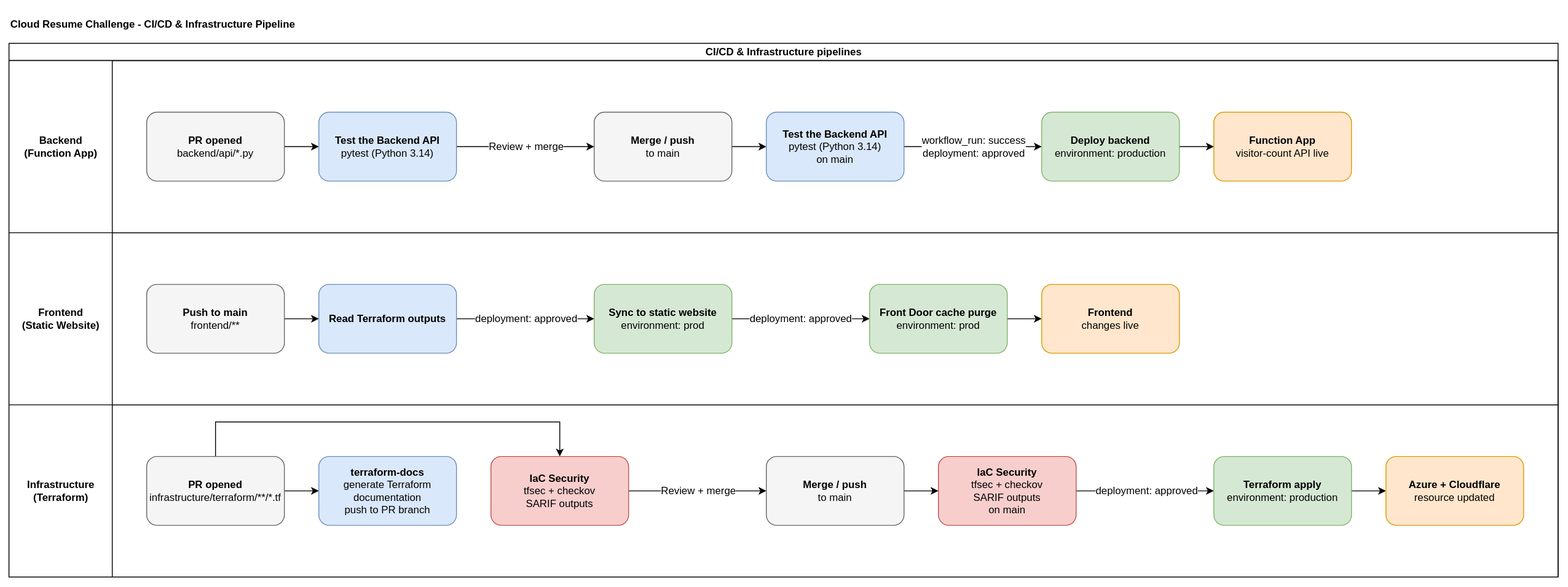
Above: docs/architecture/cicd-pipeline.svg in Smulbero/cloud-resume-challenge (draw.io), before the change. Source tidied: cells renumbered, new cells last; positions are measured from the earlier drawing's top-left corner, leaving out a move shared by most shapes. The source it was exported from:
```xml
<mxGraphModel>
  <root>
    <mxCell id="0" />
    <mxCell id="1" parent="0" />
    <mxCell id="2" value="CI/CD &amp;amp; Infrastructure pipelines" style="swimlane;horizontal=1;startSize=20;html=1;fontSize=12;" parent="1" vertex="1">
      <mxGeometry y="40" width="1800" height="620" as="geometry" />
    </mxCell>
    <mxCell id="3" value="Backend&lt;div&gt;(Function App)&lt;/div&gt;" style="swimlane;startSize=120;horizontal=1;html=1;verticalAlign=middle;direction=north;fontSize=12;" parent="2" vertex="1">
      <mxGeometry y="20" width="1800" height="200" as="geometry" />
    </mxCell>
    <mxCell id="4" style="edgeStyle=orthogonalEdgeStyle;rounded=0;jettySize=auto;html=1;entryX=0;entryY=0.5;entryDx=0;entryDy=0;fontSize=12;" parent="3" edge="1" source="5" target="8">
      <mxGeometry relative="1" as="geometry" />
    </mxCell>
    <mxCell id="5" value="&lt;b&gt;PR opened&lt;/b&gt;&lt;br&gt;backend/api/*.py" style="rounded=1;whiteSpace=wrap;html=1;fontSize=12;fillColor=#f5f5f5;strokeColor=#666666;" parent="3" vertex="1">
      <mxGeometry x="160" y="60" width="160" height="80" as="geometry" />
    </mxCell>
    <mxCell id="6" style="edgeStyle=orthogonalEdgeStyle;rounded=0;jettySize=auto;html=1;entryX=0;entryY=0.5;entryDx=0;entryDy=0;fontSize=12;" parent="3" edge="1" source="8" target="10">
      <mxGeometry relative="1" as="geometry" />
    </mxCell>
    <mxCell id="7" value="Review + merge" style="edgeLabel;html=1;align=center;verticalAlign=middle;fontSize=12;" parent="6" vertex="1">
      <mxGeometry x="0.01" y="-2" relative="1" as="geometry">
        <mxPoint x="-1" y="-2" as="offset" />
      </mxGeometry>
    </mxCell>
    <mxCell id="8" value="&lt;b&gt;Test the Backend API&lt;/b&gt;&lt;br&gt;pytest (Python 3.14)" style="rounded=1;whiteSpace=wrap;html=1;fontSize=12;fillColor=#dae8fc;strokeColor=#6c8ebf;" parent="3" vertex="1">
      <mxGeometry x="360" y="60" width="160" height="80" as="geometry" />
    </mxCell>
    <mxCell id="9" style="edgeStyle=orthogonalEdgeStyle;rounded=0;jettySize=auto;html=1;entryX=0;entryY=0.5;entryDx=0;entryDy=0;fontSize=12;" parent="3" edge="1" source="10" target="13">
      <mxGeometry relative="1" as="geometry" />
    </mxCell>
    <mxCell id="10" value="&lt;b&gt;Merge / push&lt;/b&gt;&lt;br&gt;to main" style="rounded=1;whiteSpace=wrap;html=1;fontSize=12;fillColor=#f5f5f5;strokeColor=#666666;" parent="3" vertex="1">
      <mxGeometry x="680" y="60" width="160" height="80" as="geometry" />
    </mxCell>
    <mxCell id="11" style="edgeStyle=orthogonalEdgeStyle;rounded=0;jettySize=auto;html=1;entryX=0;entryY=0.5;entryDx=0;entryDy=0;fontSize=12;" parent="3" edge="1" source="13" target="15">
      <mxGeometry relative="1" as="geometry" />
    </mxCell>
    <mxCell id="12" value="workflow_run: success&lt;div&gt;deployment: approved&lt;/div&gt;" style="edgeLabel;html=1;align=center;verticalAlign=middle;fontSize=12;" parent="11" vertex="1">
      <mxGeometry x="-0.36" y="2" relative="1" as="geometry">
        <mxPoint x="29" y="2" as="offset" />
      </mxGeometry>
    </mxCell>
    <mxCell id="13" value="&lt;b&gt;Test the Backend API&lt;/b&gt;&lt;br&gt;pytest (Python 3.14)&lt;div&gt;on main&lt;/div&gt;" style="rounded=1;whiteSpace=wrap;html=1;fontSize=12;fillColor=#dae8fc;strokeColor=#6c8ebf;" parent="3" vertex="1">
      <mxGeometry x="880" y="60" width="160" height="80" as="geometry" />
    </mxCell>
    <mxCell id="14" style="edgeStyle=orthogonalEdgeStyle;rounded=0;jettySize=auto;html=1;entryX=0;entryY=0.5;entryDx=0;entryDy=0;fontSize=12;" parent="3" edge="1" source="15" target="16">
      <mxGeometry relative="1" as="geometry" />
    </mxCell>
    <mxCell id="15" value="&lt;b&gt;Deploy backend&lt;/b&gt;&lt;br&gt;environment: production" style="rounded=1;whiteSpace=wrap;html=1;fontSize=12;fillColor=#d5e8d4;strokeColor=#82b366;" parent="3" vertex="1">
      <mxGeometry x="1200" y="60" width="160" height="80" as="geometry" />
    </mxCell>
    <mxCell id="16" value="&lt;b&gt;Function App&lt;/b&gt;&lt;br&gt;visitor-count API live" style="rounded=1;whiteSpace=wrap;html=1;fontSize=12;fillColor=#ffe6cc;strokeColor=#d79b00;" parent="3" vertex="1">
      <mxGeometry x="1400" y="60" width="160" height="80" as="geometry" />
    </mxCell>
    <mxCell id="17" value="Frontend&lt;div&gt;(Static Website)&lt;/div&gt;" style="swimlane;startSize=120;horizontal=1;html=1;direction=north;fontSize=12;" parent="2" vertex="1">
      <mxGeometry y="220" width="1800" height="200" as="geometry" />
    </mxCell>
    <mxCell id="18" style="edgeStyle=orthogonalEdgeStyle;rounded=0;jettySize=auto;html=1;entryX=0;entryY=0.5;entryDx=0;entryDy=0;fontSize=12;" parent="17" edge="1" source="19" target="22">
      <mxGeometry relative="1" as="geometry" />
    </mxCell>
    <mxCell id="19" value="&lt;b&gt;Push&amp;nbsp;to main&lt;/b&gt;&lt;div&gt;frontend/**&lt;/div&gt;" style="rounded=1;whiteSpace=wrap;html=1;fontSize=12;fillColor=#f5f5f5;strokeColor=#666666;" parent="17" vertex="1">
      <mxGeometry x="160" y="60" width="160" height="80" as="geometry" />
    </mxCell>
    <mxCell id="20" style="edgeStyle=orthogonalEdgeStyle;rounded=0;jettySize=auto;html=1;entryX=0;entryY=0.5;entryDx=0;entryDy=0;fontSize=12;" parent="17" edge="1" source="22" target="25">
      <mxGeometry relative="1" as="geometry" />
    </mxCell>
    <mxCell id="21" value="&lt;span&gt;deployment: approved&lt;/span&gt;" style="edgeLabel;html=1;align=center;verticalAlign=middle;fontSize=12;" parent="20" vertex="1">
      <mxGeometry x="0.03" y="2" relative="1" as="geometry">
        <mxPoint x="-2" y="2" as="offset" />
      </mxGeometry>
    </mxCell>
    <mxCell id="22" value="&lt;b&gt;Read Terraform outputs&lt;/b&gt;" style="rounded=1;whiteSpace=wrap;html=1;fontSize=12;fillColor=#dae8fc;strokeColor=#6c8ebf;" parent="17" vertex="1">
      <mxGeometry x="360" y="60" width="160" height="80" as="geometry" />
    </mxCell>
    <mxCell id="23" style="edgeStyle=orthogonalEdgeStyle;rounded=0;jettySize=auto;html=1;entryX=0;entryY=0.5;entryDx=0;entryDy=0;fontSize=12;" parent="17" edge="1" source="25" target="27">
      <mxGeometry relative="1" as="geometry" />
    </mxCell>
    <mxCell id="24" value="&lt;span&gt;deployment: approved&lt;/span&gt;" style="edgeLabel;html=1;align=center;verticalAlign=middle;fontSize=12;" parent="23" vertex="1">
      <mxGeometry x="-0.02" y="2" relative="1" as="geometry">
        <mxPoint x="2" y="2" as="offset" />
      </mxGeometry>
    </mxCell>
    <mxCell id="25" value="&lt;b&gt;Sync to static website&lt;/b&gt;&lt;br&gt;environment: prod" style="rounded=1;whiteSpace=wrap;html=1;fontSize=12;fillColor=#d5e8d4;strokeColor=#82b366;" parent="17" vertex="1">
      <mxGeometry x="680" y="60" width="160" height="80" as="geometry" />
    </mxCell>
    <mxCell id="26" style="edgeStyle=orthogonalEdgeStyle;rounded=0;jettySize=auto;html=1;fontSize=12;" parent="17" edge="1" source="27" target="28">
      <mxGeometry relative="1" as="geometry" />
    </mxCell>
    <mxCell id="27" value="&lt;b&gt;Front Door cache purge&lt;/b&gt;&lt;br&gt;environment: prod" style="rounded=1;whiteSpace=wrap;html=1;fontSize=12;fillColor=#d5e8d4;strokeColor=#82b366;" parent="17" vertex="1">
      <mxGeometry x="1000" y="60" width="160" height="80" as="geometry" />
    </mxCell>
    <mxCell id="28" value="&lt;b&gt;Frontend&lt;/b&gt;&lt;br&gt;changes live" style="rounded=1;whiteSpace=wrap;html=1;fontSize=12;fillColor=#ffe6cc;strokeColor=#d79b00;" parent="17" vertex="1">
      <mxGeometry x="1200" y="60" width="160" height="80" as="geometry" />
    </mxCell>
    <mxCell id="29" value="Infrastructure&lt;div&gt;(Terraform)&lt;/div&gt;" style="swimlane;startSize=120;horizontal=1;html=1;fontSize=12;direction=north;" parent="2" vertex="1">
      <mxGeometry y="420" width="1800" height="200" as="geometry" />
    </mxCell>
    <mxCell id="30" style="edgeStyle=orthogonalEdgeStyle;rounded=0;jettySize=auto;html=1;entryX=0;entryY=0.5;entryDx=0;entryDy=0;fontSize=12;" parent="29" edge="1" source="32" target="33">
      <mxGeometry relative="1" as="geometry" />
    </mxCell>
    <mxCell id="31" style="edgeStyle=orthogonalEdgeStyle;rounded=0;jettySize=auto;html=1;entryX=0.5;entryY=0;entryDx=0;entryDy=0;fontSize=12;" parent="29" edge="1" source="32" target="36">
      <mxGeometry relative="1" as="geometry">
        <Array as="points">
          <mxPoint x="240" y="20" />
          <mxPoint x="640" y="20" />
        </Array>
      </mxGeometry>
    </mxCell>
    <mxCell id="32" value="&lt;b&gt;PR opened&lt;/b&gt;&lt;br&gt;infrastructure/terraform/**/*.tf" style="rounded=1;whiteSpace=wrap;html=1;fontSize=12;fillColor=#f5f5f5;strokeColor=#666666;" parent="29" vertex="1">
      <mxGeometry x="160" y="60" width="160" height="80" as="geometry" />
    </mxCell>
    <mxCell id="33" value="&lt;b&gt;terraform-docs&lt;/b&gt;&lt;div&gt;generate Terraform documentation&lt;/div&gt;&lt;div&gt;push to PR branch&lt;/div&gt;" style="rounded=1;whiteSpace=wrap;html=1;fontSize=12;fillColor=#dae8fc;strokeColor=#6c8ebf;" parent="29" vertex="1">
      <mxGeometry x="360" y="60" width="160" height="80" as="geometry" />
    </mxCell>
    <mxCell id="34" style="edgeStyle=orthogonalEdgeStyle;rounded=0;jettySize=auto;html=1;entryX=0;entryY=0.5;entryDx=0;entryDy=0;fontSize=12;" parent="29" edge="1" source="36" target="38">
      <mxGeometry relative="1" as="geometry" />
    </mxCell>
    <mxCell id="35" value="Review + merge" style="edgeLabel;html=1;align=center;verticalAlign=middle;fontSize=12;" parent="34" vertex="1">
      <mxGeometry relative="1" as="geometry" />
    </mxCell>
    <mxCell id="36" value="&lt;b&gt;IaC Security&lt;/b&gt;&lt;br&gt;tfsec + checkov&lt;br&gt;&lt;div&gt;SARIF outputs&lt;/div&gt;" style="rounded=1;whiteSpace=wrap;html=1;fontSize=12;fillColor=#f8cecc;strokeColor=#b85450;" parent="29" vertex="1">
      <mxGeometry x="560" y="60" width="160" height="80" as="geometry" />
    </mxCell>
    <mxCell id="37" style="edgeStyle=orthogonalEdgeStyle;rounded=0;jettySize=auto;html=1;entryX=0;entryY=0.5;entryDx=0;entryDy=0;fontSize=12;" parent="29" edge="1" source="38" target="41">
      <mxGeometry relative="1" as="geometry" />
    </mxCell>
    <mxCell id="38" value="&lt;b&gt;Merge / push&lt;/b&gt;&lt;br&gt;to main" style="rounded=1;whiteSpace=wrap;html=1;fontSize=12;fillColor=#f5f5f5;strokeColor=#666666;" parent="29" vertex="1">
      <mxGeometry x="880" y="60" width="160" height="80" as="geometry" />
    </mxCell>
    <mxCell id="39" style="edgeStyle=orthogonalEdgeStyle;rounded=0;jettySize=auto;html=1;entryX=0;entryY=0.5;entryDx=0;entryDy=0;fontSize=12;" parent="29" edge="1" source="41" target="43">
      <mxGeometry relative="1" as="geometry" />
    </mxCell>
    <mxCell id="40" value="&lt;span&gt;deployment: approved&lt;/span&gt;" style="edgeLabel;html=1;align=center;verticalAlign=middle;fontSize=12;" parent="39" vertex="1">
      <mxGeometry x="-0.01" y="-1" relative="1" as="geometry">
        <mxPoint x="1" y="-1" as="offset" />
      </mxGeometry>
    </mxCell>
    <mxCell id="41" value="&lt;b&gt;IaC Security&lt;/b&gt;&lt;br&gt;tfsec + checkov&lt;br&gt;&lt;div&gt;SARIF outputs&lt;/div&gt;&lt;div&gt;on main&lt;/div&gt;" style="rounded=1;whiteSpace=wrap;html=1;fontSize=12;fillColor=#f8cecc;strokeColor=#b85450;" parent="29" vertex="1">
      <mxGeometry x="1080" y="60" width="160" height="80" as="geometry" />
    </mxCell>
    <mxCell id="42" style="edgeStyle=orthogonalEdgeStyle;rounded=0;jettySize=auto;html=1;entryX=0;entryY=0.5;entryDx=0;entryDy=0;fontSize=12;" parent="29" edge="1" source="43" target="44">
      <mxGeometry relative="1" as="geometry" />
    </mxCell>
    <mxCell id="43" value="&lt;b&gt;Terraform apply&lt;/b&gt;&lt;br&gt;environment: production" style="rounded=1;whiteSpace=wrap;html=1;fontSize=12;fillColor=#d5e8d4;strokeColor=#82b366;" parent="29" vertex="1">
      <mxGeometry x="1400" y="60" width="160" height="80" as="geometry" />
    </mxCell>
    <mxCell id="44" value="&lt;b&gt;Azure + Cloudflare&lt;/b&gt;&lt;br&gt;resource updated" style="rounded=1;whiteSpace=wrap;html=1;fontSize=12;fillColor=#ffe6cc;strokeColor=#d79b00;" parent="29" vertex="1">
      <mxGeometry x="1600" y="60" width="160" height="80" as="geometry" />
    </mxCell>
    <mxCell id="45" value="&lt;b&gt;Cloud Resume Challenge - CI/CD &amp;amp; Infrastructure Pipeline&lt;/b&gt;" style="text;html=1;align=left;verticalAlign=middle;fontSize=12;" parent="1" vertex="1">
      <mxGeometry width="900" height="36" as="geometry" />
    </mxCell>
  </root>
</mxGraphModel>
```
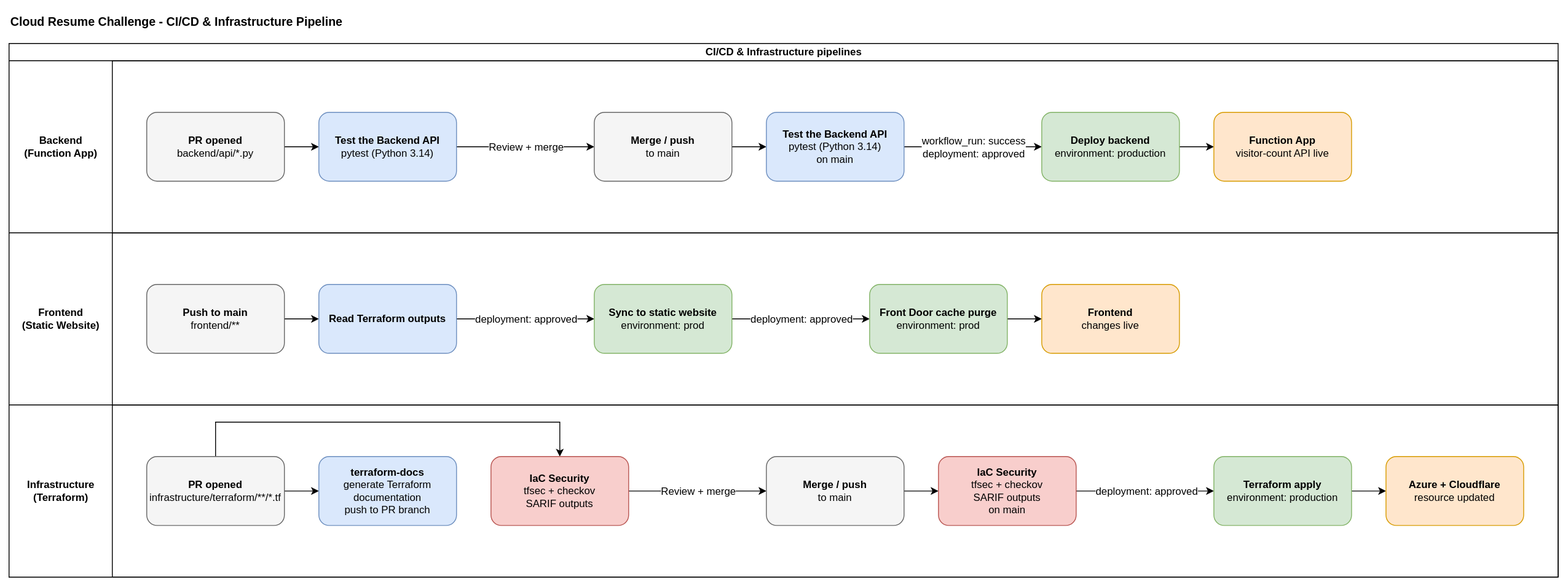
The same diagram one commit later.

Diff of the diagram source:
```diff
@@ -146,8 +146,8 @@
     <mxCell id="44" value="&lt;b&gt;Azure + Cloudflare&lt;/b&gt;&lt;br&gt;resource updated" style="rounded=1;whiteSpace=wrap;html=1;fontSize=12;fillColor=#ffe6cc;strokeColor=#d79b00;" parent="29" vertex="1">
       <mxGeometry x="1600" y="60" width="160" height="80" as="geometry" />
     </mxCell>
-    <mxCell id="45" value="&lt;b&gt;Cloud Resume Challenge - CI/CD &amp;amp; Infrastructure Pipeline&lt;/b&gt;" style="text;html=1;align=left;verticalAlign=middle;fontSize=12;" parent="1" vertex="1">
-      <mxGeometry width="900" height="36" as="geometry" />
+    <mxCell id="45" value="&lt;b&gt;Cloud Resume Challenge - CI/CD &amp;amp; Infrastructure Pipeline&lt;/b&gt;" style="text;html=1;align=left;verticalAlign=middle;fontSize=14;" parent="1" vertex="1">
+      <mxGeometry width="440" height="30" as="geometry" />
     </mxCell>
   </root>
 </mxGraphModel>
```
